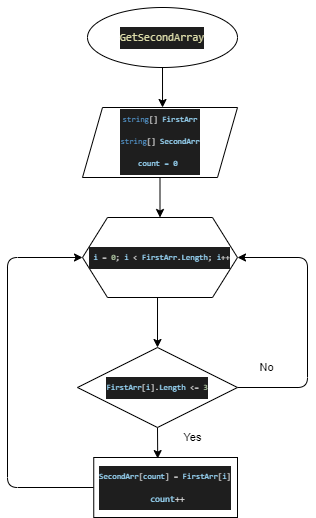
Above: blockDiagram.drawio.png in Svetlanka31/FinalTask (draw.io), before the change. Source tidied: cells renumbered, new cells last; positions are measured from the earlier drawing's top-left corner, leaving out a move shared by most shapes.
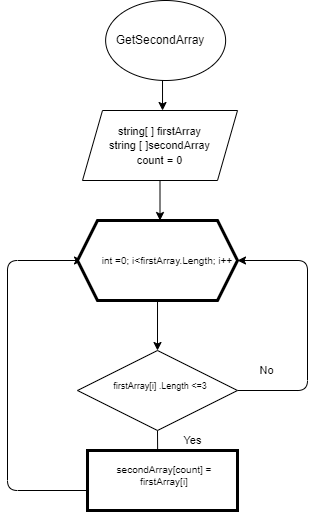
After the change.

Change to the diagram source:
```diff
@@ -2,46 +2,45 @@
   <root>
     <mxCell id="0" />
     <mxCell id="1" parent="0" />
-    <mxCell id="2" style="edgeStyle=none;html=1;exitX=0.5;exitY=1;exitDx=0;exitDy=0;entryX=0.523;entryY=-0.333;entryDx=0;entryDy=0;entryPerimeter=0;fontSize=11;" parent="1" edge="1" source="3" target="6">
-      <mxGeometry relative="1" as="geometry" />
+    <mxCell id="2" style="edgeStyle=none;html=1;exitX=0.5;exitY=1;exitDx=0;exitDy=0;entryX=0.523;entryY=-0.333;entryDx=0;entryDy=0;entryPerimeter=0;fontSize=11;" parent="1" edge="1">
+      <mxGeometry relative="1" as="geometry">
+        <mxPoint x="155" y="60" as="sourcePoint" />
+        <mxPoint x="155" y="100" as="targetPoint" />
+      </mxGeometry>
     </mxCell>
-    <mxCell id="3" value="&#10;&#10;&lt;div style=&quot;color: rgb(212, 212, 212); background-color: rgb(30, 30, 30); font-family: consolas, &amp;quot;courier new&amp;quot;, monospace; font-weight: normal; font-size: 11px; line-height: 22px;&quot;&gt;&lt;div style=&quot;font-size: 11px;&quot;&gt;&lt;span style=&quot;color: rgb(220, 220, 170); font-size: 11px;&quot;&gt;GetSecondArray&lt;/span&gt;&lt;/div&gt;&lt;/div&gt;&#10;&#10;" style="ellipse;whiteSpace=wrap;html=1;fontSize=11;" parent="1" vertex="1">
-      <mxGeometry x="80" width="150" height="60" as="geometry" />
-    </mxCell>
-    <mxCell id="4" style="edgeStyle=none;html=1;exitX=0.5;exitY=1;exitDx=0;exitDy=0;entryX=0.5;entryY=0;entryDx=0;entryDy=0;fontSize=11;" parent="1" edge="1" source="5" target="8">
-      <mxGeometry relative="1" as="geometry" />
+    <mxCell id="4" style="edgeStyle=none;html=1;exitX=0.5;exitY=1;exitDx=0;exitDy=0;entryX=0.5;entryY=0;entryDx=0;entryDy=0;fontSize=11;" parent="1" edge="1" source="5">
+      <mxGeometry relative="1" as="geometry">
+        <mxPoint x="152.5" y="210" as="targetPoint" />
+      </mxGeometry>
     </mxCell>
-    <mxCell id="5" style="shape=parallelogram;perimeter=parallelogramPerimeter;whiteSpace=wrap;html=1;fixedSize=1;" parent="1" vertex="1">
+    <mxCell id="5" value="&lt;font style=&quot;font-size: 11px&quot;&gt;string[ ] firstArray&lt;br&gt;string [ ]secondArray&lt;br&gt;count = 0&lt;/font&gt;" style="shape=parallelogram;perimeter=parallelogramPerimeter;whiteSpace=wrap;html=1;fixedSize=1;" parent="1" vertex="1">
       <mxGeometry x="75" y="100" width="155" height="70" as="geometry" />
     </mxCell>
-    <mxCell id="6" value="&lt;font style=&quot;font-size: 8px&quot;&gt;&lt;br&gt;&lt;br&gt;&lt;/font&gt;&lt;div style=&quot;color: rgb(212 , 212 , 212) ; background-color: rgb(30 , 30 , 30) ; font-family: &amp;#34;consolas&amp;#34; , &amp;#34;courier new&amp;#34; , monospace ; font-weight: normal ; line-height: 22px&quot;&gt;&lt;div&gt;&lt;font style=&quot;font-size: 8px&quot;&gt;&lt;span style=&quot;color: rgb(86 , 156 , 214)&quot;&gt;string&lt;/span&gt;&lt;span style=&quot;color: rgb(212 , 212 , 212)&quot;&gt;[] &lt;/span&gt;&lt;span style=&quot;color: rgb(156 , 220 , 254)&quot;&gt;FirstArr&lt;/span&gt;&lt;/font&gt;&lt;/div&gt;&lt;div&gt;&lt;div style=&quot;font-family: &amp;#34;consolas&amp;#34; , &amp;#34;courier new&amp;#34; , monospace ; line-height: 22px&quot;&gt;&lt;font style=&quot;font-size: 8px&quot;&gt;&lt;span style=&quot;color: rgb(86 , 156 , 214)&quot;&gt;string&lt;/span&gt;[] &lt;span style=&quot;color: rgb(156 , 220 , 254)&quot;&gt;SecondArr&lt;/span&gt;&lt;/font&gt;&lt;/div&gt;&lt;div style=&quot;font-family: &amp;#34;consolas&amp;#34; , &amp;#34;courier new&amp;#34; , monospace ; line-height: 22px&quot;&gt;&lt;span style=&quot;color: rgb(156 , 220 , 254)&quot;&gt;count = 0&amp;nbsp;&lt;/span&gt;&lt;/div&gt;&lt;/div&gt;&lt;/div&gt;" style="text;html=1;strokeColor=none;fillColor=none;align=center;verticalAlign=middle;whiteSpace=wrap;rounded=0;fontSize=8;" parent="1" vertex="1">
-      <mxGeometry x="97.5" y="110" width="110" height="30" as="geometry" />
-    </mxCell>
-    <mxCell id="7" style="edgeStyle=none;html=1;exitX=0.484;exitY=1;exitDx=0;exitDy=0;entryX=0.5;entryY=0;entryDx=0;entryDy=0;fontSize=8;exitPerimeter=0;" parent="1" edge="1" source="8" target="15">
-      <mxGeometry relative="1" as="geometry" />
+    <mxCell id="7" style="edgeStyle=none;html=1;exitX=0.484;exitY=1;exitDx=0;exitDy=0;entryX=0.5;entryY=0;entryDx=0;entryDy=0;fontSize=8;exitPerimeter=0;" parent="1" edge="1">
+      <mxGeometry relative="1" as="geometry">
+        <mxPoint x="150" y="290" as="sourcePoint" />
+        <mxPoint x="150" y="340" as="targetPoint" />
+      </mxGeometry>
     </mxCell>
-    <mxCell id="8" value="&lt;div style=&quot;color: rgb(212 , 212 , 212) ; background-color: rgb(30 , 30 , 30) ; font-family: &amp;#34;consolas&amp;#34; , &amp;#34;courier new&amp;#34; , monospace ; line-height: 22px ; font-size: 8px&quot;&gt;&amp;nbsp;&lt;span style=&quot;color: #9cdcfe&quot;&gt;i&lt;/span&gt; = &lt;span style=&quot;color: #b5cea8&quot;&gt;0&lt;/span&gt;; &lt;span style=&quot;color: #9cdcfe&quot;&gt;i&lt;/span&gt; &amp;lt; &lt;span style=&quot;color: #9cdcfe&quot;&gt;FirstArr&lt;/span&gt;.&lt;span style=&quot;color: #9cdcfe&quot;&gt;Length&lt;/span&gt;; &lt;span style=&quot;color: #9cdcfe&quot;&gt;i&lt;/span&gt;++&lt;/div&gt;" style="shape=hexagon;perimeter=hexagonPerimeter2;whiteSpace=wrap;html=1;fixedSize=1;fontSize=11;size=25;" parent="1" vertex="1">
-      <mxGeometry x="75" y="210" width="155" height="80" as="geometry" />
-    </mxCell>
-    <mxCell id="9" style="edgeStyle=none;html=1;exitX=0;exitY=0.5;exitDx=0;exitDy=0;entryX=0;entryY=0.5;entryDx=0;entryDy=0;fontSize=8;" parent="1" edge="1" source="10" target="8">
+    <mxCell id="9" style="edgeStyle=none;html=1;exitX=0;exitY=0.5;exitDx=0;exitDy=0;entryX=0;entryY=0.5;entryDx=0;entryDy=0;fontSize=8;" parent="1" edge="1">
       <mxGeometry relative="1" as="geometry">
+        <mxPoint x="86.2" y="480" as="sourcePoint" />
+        <mxPoint x="75" y="250" as="targetPoint" />
         <Array as="points">
           <mxPoint y="480" />
           <mxPoint y="250" />
         </Array>
       </mxGeometry>
     </mxCell>
-    <mxCell id="10" value="&lt;div style=&quot;color: rgb(212 , 212 , 212) ; background-color: rgb(30 , 30 , 30) ; font-family: &amp;#34;consolas&amp;#34; , &amp;#34;courier new&amp;#34; , monospace ; line-height: 22px ; font-size: 8px&quot;&gt;&lt;span style=&quot;color: #9cdcfe&quot;&gt;SecondArr&lt;/span&gt;[&lt;span style=&quot;color: #9cdcfe&quot;&gt;count&lt;/span&gt;] = &lt;span style=&quot;color: #9cdcfe&quot;&gt;FirstArr&lt;/span&gt;[&lt;span style=&quot;color: #9cdcfe&quot;&gt;i&lt;/span&gt;]&lt;/div&gt;&lt;div style=&quot;color: rgb(212 , 212 , 212) ; background-color: rgb(30 , 30 , 30) ; font-family: &amp;#34;consolas&amp;#34; , &amp;#34;courier new&amp;#34; , monospace ; line-height: 22px ; font-size: 9px&quot;&gt;&lt;div style=&quot;font-family: &amp;#34;consolas&amp;#34; , &amp;#34;courier new&amp;#34; , monospace ; line-height: 22px&quot;&gt;&amp;nbsp;&lt;span style=&quot;color: #9cdcfe&quot;&gt;count&lt;/span&gt;++&lt;/div&gt;&lt;/div&gt;" style="rounded=0;whiteSpace=wrap;html=1;fontSize=11;" parent="1" vertex="1">
-      <mxGeometry x="86.2" y="450" width="143.8" height="60" as="geometry" />
-    </mxCell>
     <mxCell id="11" value="No" style="text;html=1;align=center;verticalAlign=middle;strokeColor=none;fillColor=none;fontSize=11;" parent="1" vertex="1">
       <mxGeometry x="244" y="350" width="30" height="20" as="geometry" />
     </mxCell>
     <mxCell id="12" value="Yes" style="text;html=1;align=center;verticalAlign=middle;strokeColor=none;fillColor=none;fontSize=11;" parent="1" vertex="1">
       <mxGeometry x="170" y="420" width="30" height="20" as="geometry" />
     </mxCell>
-    <mxCell id="13" style="edgeStyle=none;html=1;exitX=1;exitY=0.5;exitDx=0;exitDy=0;fontSize=8;" parent="1" edge="1" source="15">
+    <mxCell id="13" style="edgeStyle=none;html=1;exitX=1;exitY=0.5;exitDx=0;exitDy=0;fontSize=8;" parent="1" edge="1">
       <mxGeometry relative="1" as="geometry">
+        <mxPoint x="230" y="380" as="sourcePoint" />
         <mxPoint x="230" y="250" as="targetPoint" />
         <Array as="points">
           <mxPoint x="300" y="380" />
@@ -49,11 +48,35 @@
         </Array>
       </mxGeometry>
     </mxCell>
-    <mxCell id="14" style="edgeStyle=none;html=1;exitX=0.5;exitY=1;exitDx=0;exitDy=0;entryX=0.445;entryY=0.018;entryDx=0;entryDy=0;entryPerimeter=0;fontSize=8;" parent="1" edge="1" source="15" target="10">
-      <mxGeometry relative="1" as="geometry" />
+    <mxCell id="14" style="edgeStyle=none;html=1;exitX=0.5;exitY=1;exitDx=0;exitDy=0;entryX=0.445;entryY=0.018;entryDx=0;entryDy=0;entryPerimeter=0;fontSize=8;" parent="1" edge="1">
+      <mxGeometry relative="1" as="geometry">
+        <mxPoint x="150" y="420" as="sourcePoint" />
+        <mxPoint x="150.2" y="451.1" as="targetPoint" />
+      </mxGeometry>
     </mxCell>
-    <mxCell id="15" value="&lt;div style=&quot;color: rgb(212 , 212 , 212) ; background-color: rgb(30 , 30 , 30) ; font-family: &amp;#34;consolas&amp;#34; , &amp;#34;courier new&amp;#34; , monospace ; line-height: 22px ; font-size: 8px&quot;&gt;&lt;span style=&quot;color: #9cdcfe&quot;&gt;FirstArr&lt;/span&gt;[&lt;span style=&quot;color: #9cdcfe&quot;&gt;i&lt;/span&gt;].&lt;span style=&quot;color: #9cdcfe&quot;&gt;Length&lt;/span&gt; &amp;lt;= &lt;span style=&quot;color: rgb(181 , 206 , 168)&quot;&gt;3&lt;/span&gt;&lt;/div&gt;" style="rhombus;whiteSpace=wrap;html=1;fontSize=9;" parent="1" vertex="1">
-      <mxGeometry x="70" y="340" width="160" height="80" as="geometry" />
-    </mxCell>
+    <mxCell id="16" style="ellipse;whiteSpace=wrap;html=1;" parent="1" vertex="1">
+      <mxGeometry x="98.1" y="-10" width="120" height="80" as="geometry" />
+    </mxCell>
+    <mxCell id="3" value="GetSecondArray" style="text;html=1;strokeColor=none;fillColor=none;align=center;verticalAlign=middle;whiteSpace=wrap;rounded=0;" parent="1" vertex="1">
+      <mxGeometry x="122.5" y="15" width="60" height="30" as="geometry" />
+    </mxCell>
+    <mxCell id="17" style="rhombus;whiteSpace=wrap;html=1;" parent="1" vertex="1">
+      <mxGeometry x="70" y="340" width="160" height="80" as="geometry" />
+    </mxCell>
+    <mxCell id="18" value="&lt;font style=&quot;font-size: 9px&quot;&gt;firstArray[i] .Length &amp;lt;=3&lt;/font&gt;" style="text;html=1;strokeColor=none;fillColor=none;align=center;verticalAlign=middle;whiteSpace=wrap;rounded=0;strokeWidth=3;" parent="1" vertex="1">
+      <mxGeometry x="102.5" y="360" width="100" height="30" as="geometry" />
+    </mxCell>
+    <mxCell id="19" style="shape=hexagon;perimeter=hexagonPerimeter2;whiteSpace=wrap;html=1;fixedSize=1;fontSize=11;strokeWidth=3;" parent="1" vertex="1">
+      <mxGeometry x="70" y="210" width="160" height="80" as="geometry" />
+    </mxCell>
+    <mxCell id="20" value="&lt;font style=&quot;font-size: 10px&quot;&gt;int =0; i&amp;lt;firstArray.Length; i++&lt;/font&gt;" style="text;html=1;strokeColor=none;fillColor=none;align=center;verticalAlign=middle;whiteSpace=wrap;rounded=0;fontSize=11;" parent="1" vertex="1">
+      <mxGeometry x="90" y="235" width="140" height="30" as="geometry" />
+    </mxCell>
+    <mxCell id="21" style="rounded=0;whiteSpace=wrap;html=1;fontSize=10;strokeWidth=3;" parent="1" vertex="1">
+      <mxGeometry x="80" y="440" width="150" height="60" as="geometry" />
+    </mxCell>
+    <mxCell id="22" value="secondArray[count] = firstArray[i]" style="text;html=1;strokeColor=none;fillColor=none;align=center;verticalAlign=middle;whiteSpace=wrap;rounded=0;fontSize=10;" parent="1" vertex="1">
+      <mxGeometry x="102.5" y="450" width="107.5" height="30" as="geometry" />
+    </mxCell>
   </root>
 </mxGraphModel>
```
